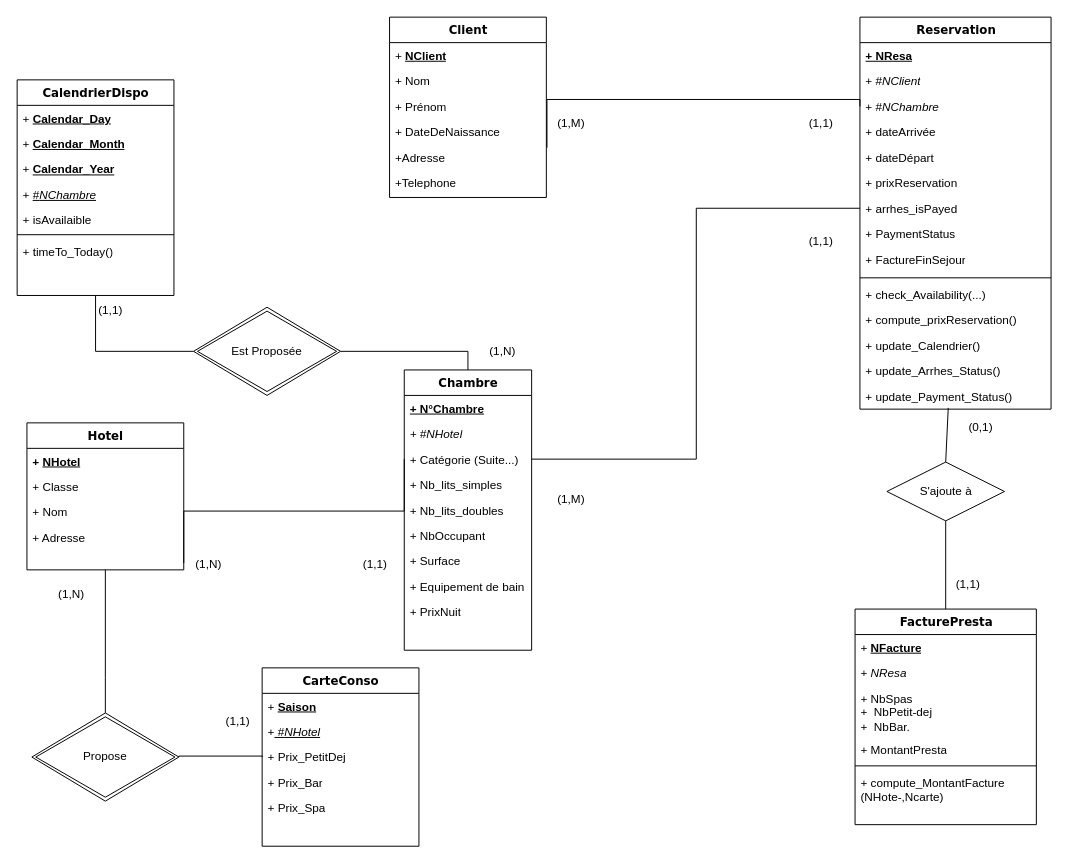
Earlier version of the draw.io diagram Untitled Diagram.drawio (Adrien-bot/Biostat-BDD). Source tidied: cells renumbered, new cells numbered last; positions are measured from the earlier drawing's top-left corner, leaving out a move shared by most shapes. Both pictures are drawn from the tidied source at 98%, with x=0, y=0 at pixel (17, 17).
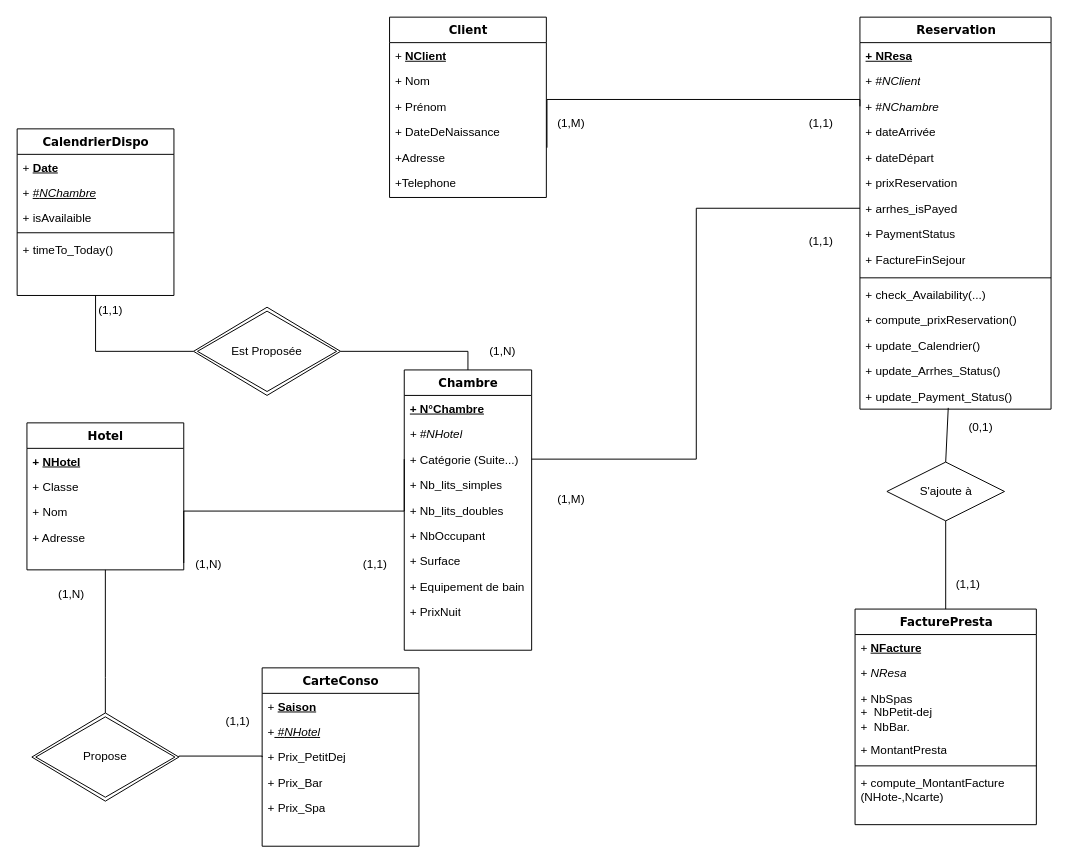
The same diagram, later.

Diff of the diagram source:
```diff
@@
     <mxCell id="25" value="CalendrierDispo" style="swimlane;html=1;fontStyle=1;align=center;verticalAlign=top;horizontal=1;startSize=26;swimlaneFillColor=#ffffff;rounded=0;shadow=0;comic=0;labelBackgroundColor=none;strokeWidth=1;fillColor=none;fontFamily=Verdana;fontSize=12;" parent="1" vertex="1">
-      <mxGeometry y="64" width="160" height="220" as="geometry" />
+      <mxGeometry y="114" width="160" height="170" as="geometry" />
     </mxCell>
-    <mxCell id="26" value="+ &lt;b&gt;&lt;u&gt;Calendar_Day&lt;/u&gt;&lt;/b&gt;" style="text;html=1;strokeColor=none;fillColor=none;align=left;verticalAlign=top;spacingLeft=4;spacingRight=4;whiteSpace=wrap;overflow=hidden;" parent="25" vertex="1">
+    <mxCell id="26" value="+ &lt;b&gt;&lt;u&gt;Date&lt;/u&gt;&lt;/b&gt;" style="text;html=1;strokeColor=none;fillColor=none;align=left;verticalAlign=top;spacingLeft=4;spacingRight=4;whiteSpace=wrap;overflow=hidden;" parent="25" vertex="1">
       <mxGeometry y="26" width="160" height="26" as="geometry" />
     </mxCell>
-    <mxCell id="27" value="+ &lt;b&gt;&lt;u&gt;Calendar_Month&lt;/u&gt;&lt;/b&gt;" style="text;html=1;strokeColor=none;fillColor=none;align=left;verticalAlign=top;spacingLeft=4;spacingRight=4;whiteSpace=wrap;overflow=hidden;" parent="25" vertex="1">
-      <mxGeometry y="52" width="160" height="26" as="geometry" />
-    </mxCell>
-    <mxCell id="28" value="+ &lt;b&gt;&lt;u&gt;Calendar_Year&lt;/u&gt;&lt;/b&gt;" style="text;html=1;strokeColor=none;fillColor=none;align=left;verticalAlign=top;spacingLeft=4;spacingRight=4;whiteSpace=wrap;overflow=hidden;" parent="25" vertex="1">
-      <mxGeometry y="78" width="160" height="26" as="geometry" />
-    </mxCell>
     <mxCell id="29" value="+ &lt;u&gt;#&lt;i&gt;NChambre&lt;/i&gt;&lt;/u&gt;" style="text;html=1;strokeColor=none;fillColor=none;align=left;verticalAlign=top;spacingLeft=4;spacingRight=4;whiteSpace=wrap;overflow=hidden;" parent="25" vertex="1">
-      <mxGeometry y="104" width="160" height="26" as="geometry" />
+      <mxGeometry y="52" width="160" height="26" as="geometry" />
     </mxCell>
     <mxCell id="30" value="+ isAvailaible" style="text;html=1;strokeColor=none;fillColor=none;align=left;verticalAlign=top;spacingLeft=4;spacingRight=4;whiteSpace=wrap;overflow=hidden;" parent="25" vertex="1">
-      <mxGeometry y="130" width="160" height="24" as="geometry" />
+      <mxGeometry y="78" width="160" height="24" as="geometry" />
     </mxCell>
     <mxCell id="31" style="line;strokeWidth=1;fillColor=none;align=left;verticalAlign=middle;spacingTop=-1;spacingLeft=3;spacingRight=3;labelPosition=right;strokeColor=inherit;" parent="25" vertex="1">
-      <mxGeometry y="154" width="160" height="8" as="geometry" />
+      <mxGeometry y="102" width="160" height="8" as="geometry" />
     </mxCell>
     <mxCell id="32" value="+ timeTo_Today()" style="text;strokeColor=none;fillColor=none;align=left;verticalAlign=top;spacingLeft=4;spacingRight=4;overflow=hidden;whiteSpace=wrap;html=1;" parent="25" vertex="1">
-      <mxGeometry y="162" width="160" height="26" as="geometry" />
+      <mxGeometry y="110" width="160" height="26" as="geometry" />
     </mxCell>
```
